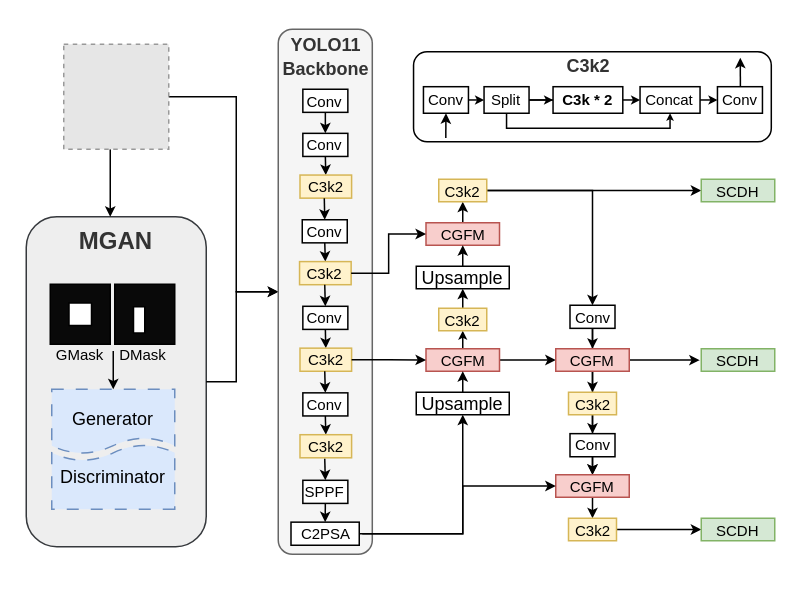
This is page "Page-1" (1 of 6) of Untitled Diagram.drawio from xuhuide/learngit, a draw.io file, before an edit. Source tidied: cells renumbered, new cells numbered last; positions are measured from the earlier drawing's top-left corner, leaving out a move shared by most shapes. Both pictures are drawn from the tidied source at 150%, with x=0, y=0 at pixel (26, 26). Pictures stored in the file or linked from it are replaced by grey dashed boxes.
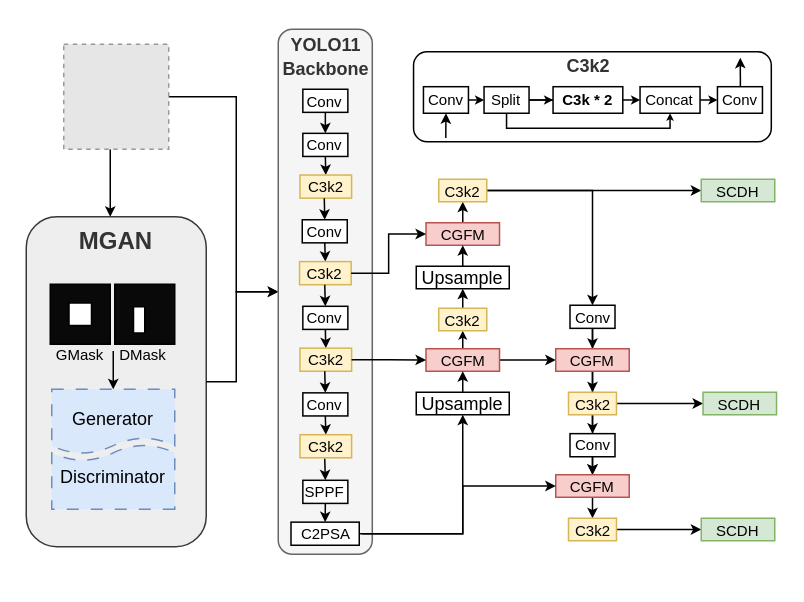
After the change.

The change refers to these unchanged cells:
```xml
<mxCell id="71" value="&lt;span style=&quot;font-size: 10px;&quot;&gt;CGFM&lt;/span&gt;" style="rounded=0;whiteSpace=wrap;html=1;fillColor=#f8cecc;strokeColor=#b85450;" parent="1" vertex="1">
  <mxGeometry x="353" y="215" width="49" height="15" as="geometry" />
</mxCell>
<mxCell id="73" value="&lt;span style=&quot;font-size: 10px;&quot;&gt;C3k2&lt;/span&gt;" style="rounded=0;whiteSpace=wrap;html=1;fillColor=#fff2cc;strokeColor=#d6b656;" parent="1" vertex="1">
  <mxGeometry x="361.5" y="244" width="32" height="15" as="geometry" />
</mxCell>
```

The edit, as a diff of the source:
```diff
@@
-    <mxCell id="70" style="edgeStyle=orthogonalEdgeStyle;rounded=0;jettySize=auto;html=1;exitX=1;exitY=0.5;exitDx=0;exitDy=0;endSize=4;" parent="1" edge="1" source="71">
-      <mxGeometry relative="1" as="geometry">
-        <mxPoint x="449" y="222.6" as="targetPoint" />
-      </mxGeometry>
-    </mxCell>
@@
+    <mxCell id="100" style="edgeStyle=orthogonalEdgeStyle;rounded=0;jettySize=auto;html=1;exitX=1;exitY=0.5;exitDx=0;exitDy=0;endSize=4;" parent="1" edge="1" source="73" target="81">
+      <mxGeometry relative="1" as="geometry" />
+    </mxCell>
@@
     <mxCell id="81" value="&lt;span style=&quot;font-size: 10px;&quot;&gt;SCDH&lt;/span&gt;" style="rounded=0;whiteSpace=wrap;html=1;fillColor=#d5e8d4;strokeColor=#82b366;" parent="1" vertex="1">
-      <mxGeometry x="450" y="215" width="49" height="15" as="geometry" />
+      <mxGeometry x="451.2" y="244" width="49" height="15" as="geometry" />
     </mxCell>
```
